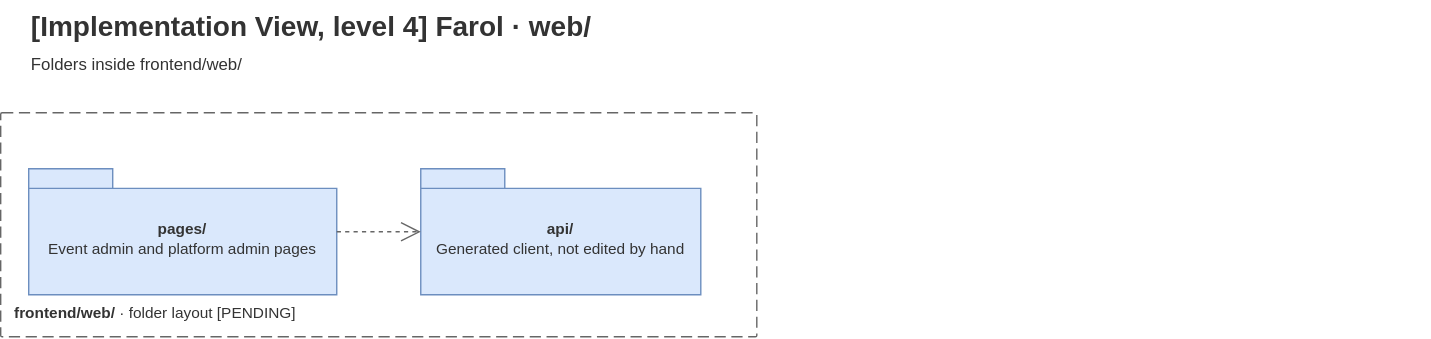
Earlier version of the draw.io export Docs/Technical/diagrams/implementation-view-level-4-web.drawio.svg (tomasoliveira21/LABDSOF). Source tidied: cells renumbered, new cells last; positions are measured from the earlier drawing's top-left corner, leaving out a move shared by most shapes. The source it was exported from:
```xml
<mxGraphModel>
  <root>
    <mxCell id="0" />
    <mxCell id="1" parent="0" />
    <mxCell id="2" value="&lt;b&gt;[Implementation View, level 4] Farol · web/&lt;/b&gt;&lt;br&gt;&lt;font style=&quot;font-size:12px&quot;&gt;Folders inside frontend/web/&lt;/font&gt;" style="text;html=1;align=left;verticalAlign=top;fontSize=20;fontColor=#333333;" parent="1" vertex="1">
      <mxGeometry x="20" width="1000" height="60" as="geometry" />
    </mxCell>
    <mxCell id="3" value="&lt;b&gt;frontend/web/&lt;/b&gt; · folder layout [PENDING]" style="rounded=1;arcSize=2;absoluteArcSize=1;whiteSpace=wrap;html=1;dashed=1;dashPattern=8 4;fillColor=none;strokeColor=#666666;fontColor=#333333;align=left;verticalAlign=bottom;spacing=10;fontSize=11;" parent="1" vertex="1">
      <mxGeometry y="80" width="540" height="160" as="geometry" />
    </mxCell>
    <mxCell id="4" value="&lt;b&gt;pages/&lt;/b&gt;&lt;br&gt;Event admin and platform admin pages" style="shape=folder;tabWidth=60;tabHeight=14;tabPosition=left;whiteSpace=wrap;html=1;fillColor=#dae8fc;strokeColor=#6c8ebf;fontColor=#333333;fontSize=11;spacingTop=10;" parent="1" vertex="1">
      <mxGeometry x="20" y="120" width="220" height="90" as="geometry" />
    </mxCell>
    <mxCell id="5" value="&lt;b&gt;api/&lt;/b&gt;&lt;br&gt;Generated client, not edited by hand" style="shape=folder;tabWidth=60;tabHeight=14;tabPosition=left;whiteSpace=wrap;html=1;fillColor=#dae8fc;strokeColor=#6c8ebf;fontColor=#333333;fontSize=11;spacingTop=10;" parent="1" vertex="1">
      <mxGeometry x="300" y="120" width="200" height="90" as="geometry" />
    </mxCell>
    <mxCell id="6" style="endArrow=open;dashed=1;html=1;fontSize=10;fontColor=#404040;strokeColor=#666666;endSize=12;rounded=0;labelBackgroundColor=#ffffff;" parent="1" edge="1" source="4" target="5">
      <mxGeometry relative="1" as="geometry" />
    </mxCell>
  </root>
</mxGraphModel>
```
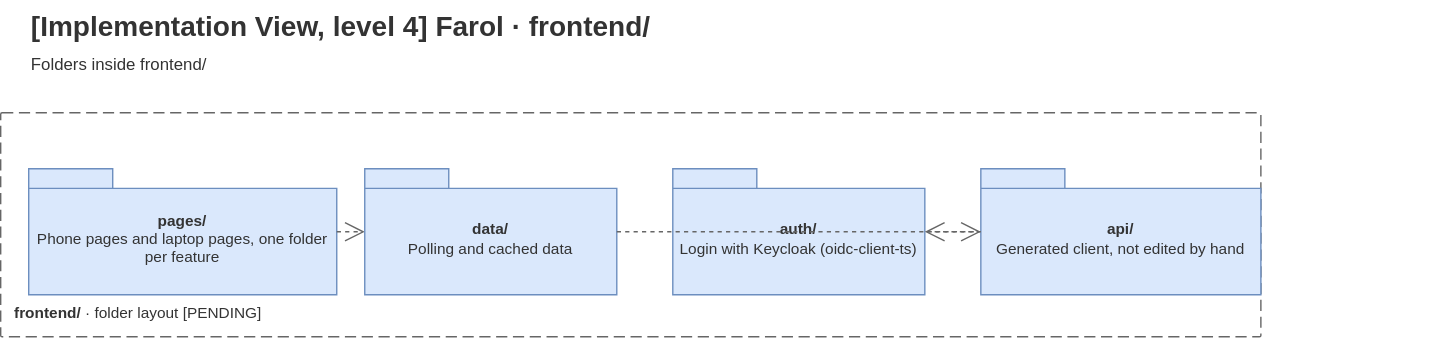
Above is the later version.

The edit, as a diff of the source:
```diff
@@ -2,20 +2,32 @@
   <root>
     <mxCell id="0" />
     <mxCell id="1" parent="0" />
-    <mxCell id="2" value="&lt;b&gt;[Implementation View, level 4] Farol · web/&lt;/b&gt;&lt;br&gt;&lt;font style=&quot;font-size:12px&quot;&gt;Folders inside frontend/web/&lt;/font&gt;" style="text;html=1;align=left;verticalAlign=top;fontSize=20;fontColor=#333333;" parent="1" vertex="1">
+    <mxCell id="2" value="&lt;b&gt;[Implementation View, level 4] Farol · frontend/&lt;/b&gt;&lt;br&gt;&lt;font style=&quot;font-size:12px&quot;&gt;Folders inside frontend/&lt;/font&gt;" style="text;html=1;align=left;verticalAlign=top;fontSize=20;fontColor=#333333;" parent="1" vertex="1">
       <mxGeometry x="20" width="1000" height="60" as="geometry" />
     </mxCell>
-    <mxCell id="3" value="&lt;b&gt;frontend/web/&lt;/b&gt; · folder layout [PENDING]" style="rounded=1;arcSize=2;absoluteArcSize=1;whiteSpace=wrap;html=1;dashed=1;dashPattern=8 4;fillColor=none;strokeColor=#666666;fontColor=#333333;align=left;verticalAlign=bottom;spacing=10;fontSize=11;" parent="1" vertex="1">
-      <mxGeometry y="80" width="540" height="160" as="geometry" />
+    <mxCell id="3" value="&lt;b&gt;frontend/&lt;/b&gt; · folder layout [PENDING]" style="rounded=1;arcSize=2;absoluteArcSize=1;whiteSpace=wrap;html=1;dashed=1;dashPattern=8 4;fillColor=none;strokeColor=#666666;fontColor=#333333;align=left;verticalAlign=bottom;spacing=10;fontSize=11;" parent="1" vertex="1">
+      <mxGeometry y="80" width="900" height="160" as="geometry" />
     </mxCell>
-    <mxCell id="4" value="&lt;b&gt;pages/&lt;/b&gt;&lt;br&gt;Event admin and platform admin pages" style="shape=folder;tabWidth=60;tabHeight=14;tabPosition=left;whiteSpace=wrap;html=1;fillColor=#dae8fc;strokeColor=#6c8ebf;fontColor=#333333;fontSize=11;spacingTop=10;" parent="1" vertex="1">
+    <mxCell id="4" value="&lt;b&gt;pages/&lt;/b&gt;&lt;br&gt;Phone pages and laptop pages, one folder per feature" style="shape=folder;tabWidth=60;tabHeight=14;tabPosition=left;whiteSpace=wrap;html=1;fillColor=#dae8fc;strokeColor=#6c8ebf;fontColor=#333333;fontSize=11;spacingTop=10;" parent="1" vertex="1">
       <mxGeometry x="20" y="120" width="220" height="90" as="geometry" />
     </mxCell>
     <mxCell id="5" value="&lt;b&gt;api/&lt;/b&gt;&lt;br&gt;Generated client, not edited by hand" style="shape=folder;tabWidth=60;tabHeight=14;tabPosition=left;whiteSpace=wrap;html=1;fillColor=#dae8fc;strokeColor=#6c8ebf;fontColor=#333333;fontSize=11;spacingTop=10;" parent="1" vertex="1">
-      <mxGeometry x="300" y="120" width="200" height="90" as="geometry" />
+      <mxGeometry x="700" y="120" width="200" height="90" as="geometry" />
     </mxCell>
-    <mxCell id="6" style="endArrow=open;dashed=1;html=1;fontSize=10;fontColor=#404040;strokeColor=#666666;endSize=12;rounded=0;labelBackgroundColor=#ffffff;" parent="1" edge="1" source="4" target="5">
+    <mxCell id="6" style="endArrow=open;dashed=1;html=1;fontSize=10;fontColor=#404040;strokeColor=#666666;endSize=12;rounded=0;labelBackgroundColor=#ffffff;" parent="1" edge="1" source="4" target="7">
       <mxGeometry relative="1" as="geometry" />
     </mxCell>
+    <mxCell id="7" value="&lt;b&gt;data/&lt;/b&gt;&lt;br&gt;Polling and cached data" style="shape=folder;tabWidth=60;tabHeight=14;tabPosition=left;whiteSpace=wrap;html=1;fillColor=#dae8fc;strokeColor=#6c8ebf;fontColor=#333333;fontSize=11;spacingTop=10;" parent="1" vertex="1">
+      <mxGeometry x="260" y="120" width="180" height="90" as="geometry" />
+    </mxCell>
+    <mxCell id="8" value="&lt;b&gt;auth/&lt;/b&gt;&lt;br&gt;Login with Keycloak (oidc-client-ts)" style="shape=folder;tabWidth=60;tabHeight=14;tabPosition=left;whiteSpace=wrap;html=1;fillColor=#dae8fc;strokeColor=#6c8ebf;fontColor=#333333;fontSize=11;spacingTop=10;" parent="1" vertex="1">
+      <mxGeometry x="480" y="120" width="180" height="90" as="geometry" />
+    </mxCell>
+    <mxCell id="9" style="endArrow=open;dashed=1;html=1;fontSize=10;fontColor=#404040;strokeColor=#666666;endSize=12;rounded=0;labelBackgroundColor=#ffffff;" parent="1" edge="1" source="7" target="5">
+      <mxGeometry relative="1" as="geometry" />
+    </mxCell>
+    <mxCell id="10" style="endArrow=open;dashed=1;html=1;fontSize=10;fontColor=#404040;strokeColor=#666666;endSize=12;rounded=0;labelBackgroundColor=#ffffff;" parent="1" edge="1" source="5" target="8">
+      <mxGeometry relative="1" as="geometry" />
+    </mxCell>
   </root>
 </mxGraphModel>
```
